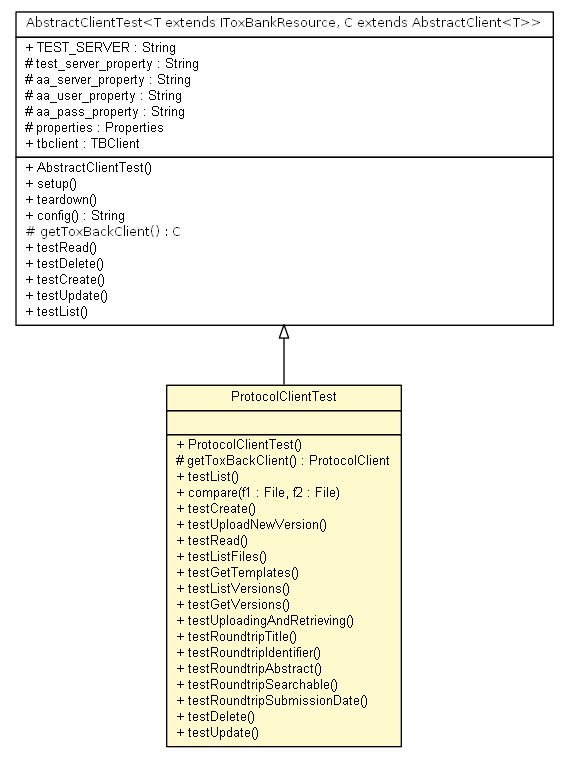
ToxBank/toxbank-api-client keeps this Graphviz diagram as testapidocs/net/toxbank/client/resource/ProtocolClientTest.png. Above is the earlier version. Its source is kept beside it as testapidocs/net/toxbank/client/resource/ProtocolClientTest.dot.
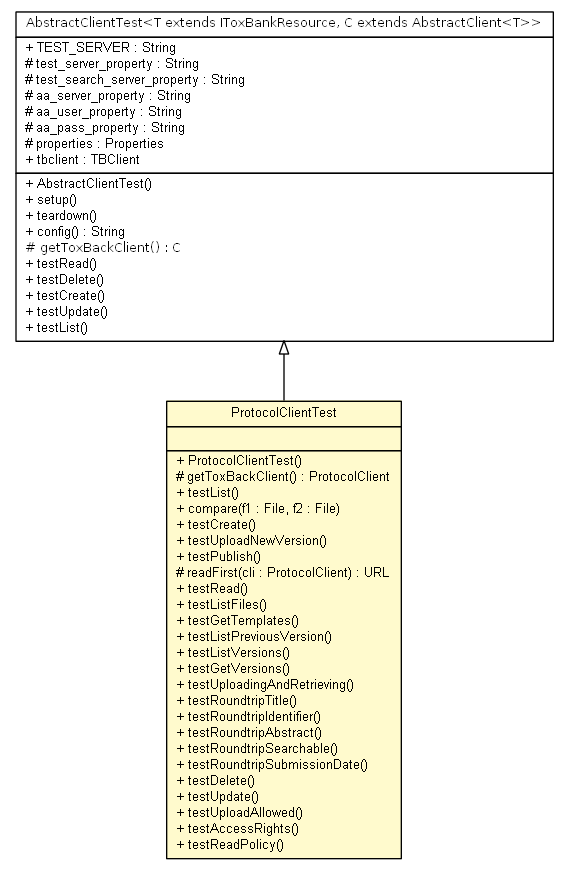
After the change.

Diff of the diagram source:
```diff
@@ -2,7 +2,7 @@
 digraph G {
 	edge [fontname="arial",fontsize=10,labelfontname="arial",labelfontsize=10];
 	node [fontname="arial",fontsize=10,shape=plaintext];
-	c58 [label=<<table border="0" cellborder="1" cellspacing="0" cellpadding="2" port="p" bgcolor="lemonChiffon" href="./ProtocolClientTest.html">
+	c63 [label=<<table border="0" cellborder="1" cellspacing="0" cellpadding="2" port="p" bgcolor="lemonChiffon" href="./ProtocolClientTest.html">
 		<tr><td><table border="0" cellspacing="0" cellpadding="1">
 			<tr><td> ProtocolClientTest </td></tr>
 		</table></td></tr>
@@ -16,9 +16,12 @@
 			<tr><td align="left"> + compare(f1 : File, f2 : File) </td></tr>
 			<tr><td align="left"> + testCreate() </td></tr>
 			<tr><td align="left"> + testUploadNewVersion() </td></tr>
+			<tr><td align="left"> + testPublish() </td></tr>
+			<tr><td align="left"> # readFirst(cli : ProtocolClient) : URL </td></tr>
 			<tr><td align="left"> + testRead() </td></tr>
 			<tr><td align="left"> + testListFiles() </td></tr>
 			<tr><td align="left"> + testGetTemplates() </td></tr>
+			<tr><td align="left"> + testListPreviousVersion() </td></tr>
 			<tr><td align="left"> + testListVersions() </td></tr>
 			<tr><td align="left"> + testGetVersions() </td></tr>
 			<tr><td align="left"> + testUploadingAndRetrieving() </td></tr>
@@ -29,15 +32,19 @@
 			<tr><td align="left"> + testRoundtripSubmissionDate() </td></tr>
 			<tr><td align="left"> + testDelete() </td></tr>
 			<tr><td align="left"> + testUpdate() </td></tr>
+			<tr><td align="left"> + testUploadAllowed() </td></tr>
+			<tr><td align="left"> + testAccessRights() </td></tr>
+			<tr><td align="left"> + testReadPolicy() </td></tr>
 		</table></td></tr>
 		</table>>, fontname="arial", fontcolor="black", fontsize=10.0];
-	c65 [label=<<table border="0" cellborder="1" cellspacing="0" cellpadding="2" port="p" href="./AbstractClientTest.html">
+	c71 [label=<<table border="0" cellborder="1" cellspacing="0" cellpadding="2" port="p" href="./AbstractClientTest.html">
 		<tr><td><table border="0" cellspacing="0" cellpadding="1">
 			<tr><td><font face="ariali"> AbstractClientTest&lt;T extends IToxBankResource, C extends AbstractClient&lt;T&gt;&gt; </font></td></tr>
 		</table></td></tr>
 		<tr><td><table border="0" cellspacing="0" cellpadding="1">
 			<tr><td align="left"> + TEST_SERVER : String </td></tr>
 			<tr><td align="left"> # test_server_property : String </td></tr>
+			<tr><td align="left"> # test_search_server_property : String </td></tr>
 			<tr><td align="left"> # aa_server_property : String </td></tr>
 			<tr><td align="left"> # aa_user_property : String </td></tr>
 			<tr><td align="left"> # aa_pass_property : String </td></tr>
@@ -57,5 +64,5 @@
 			<tr><td align="left"> + testList() </td></tr>
 		</table></td></tr>
 		</table>>, fontname="arial", fontcolor="black", fontsize=10.0];
-	c65:p -> c58:p [dir=back,arrowtail=empty];
+	c71:p -> c63:p [dir=back,arrowtail=empty];
 }
```
